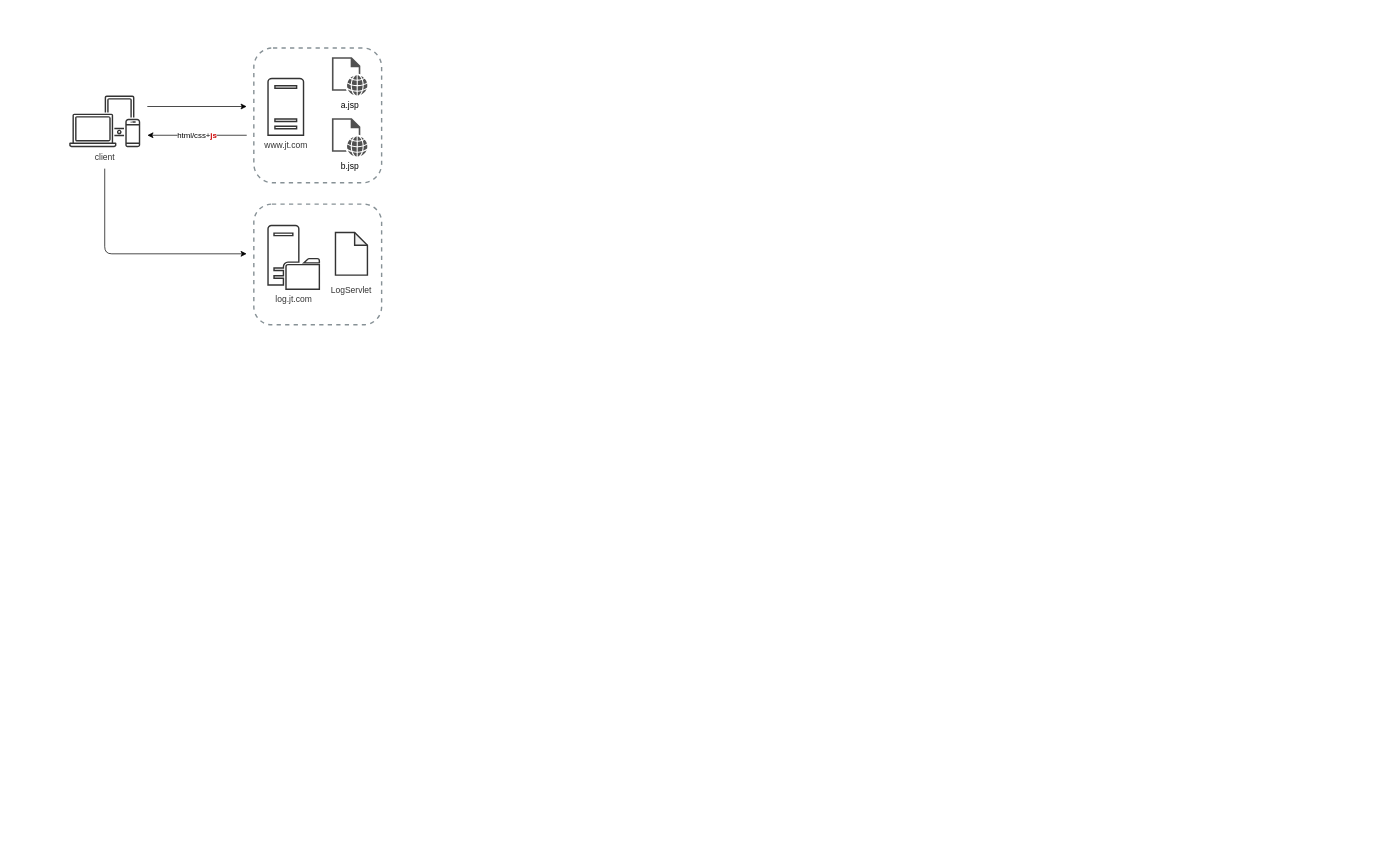
Earlier version of the draw.io diagram page "第 1 页" (1 of 3) of 未命名绘图.drawio (Mark-Lee-AK/drawio). Source tidied: cells renumbered, new cells numbered last; positions are measured from the earlier drawing's top-left corner, leaving out a move shared by most shapes. Both pictures are drawn from the tidied source at 71%, with x=0, y=0 at pixel (69, 48).
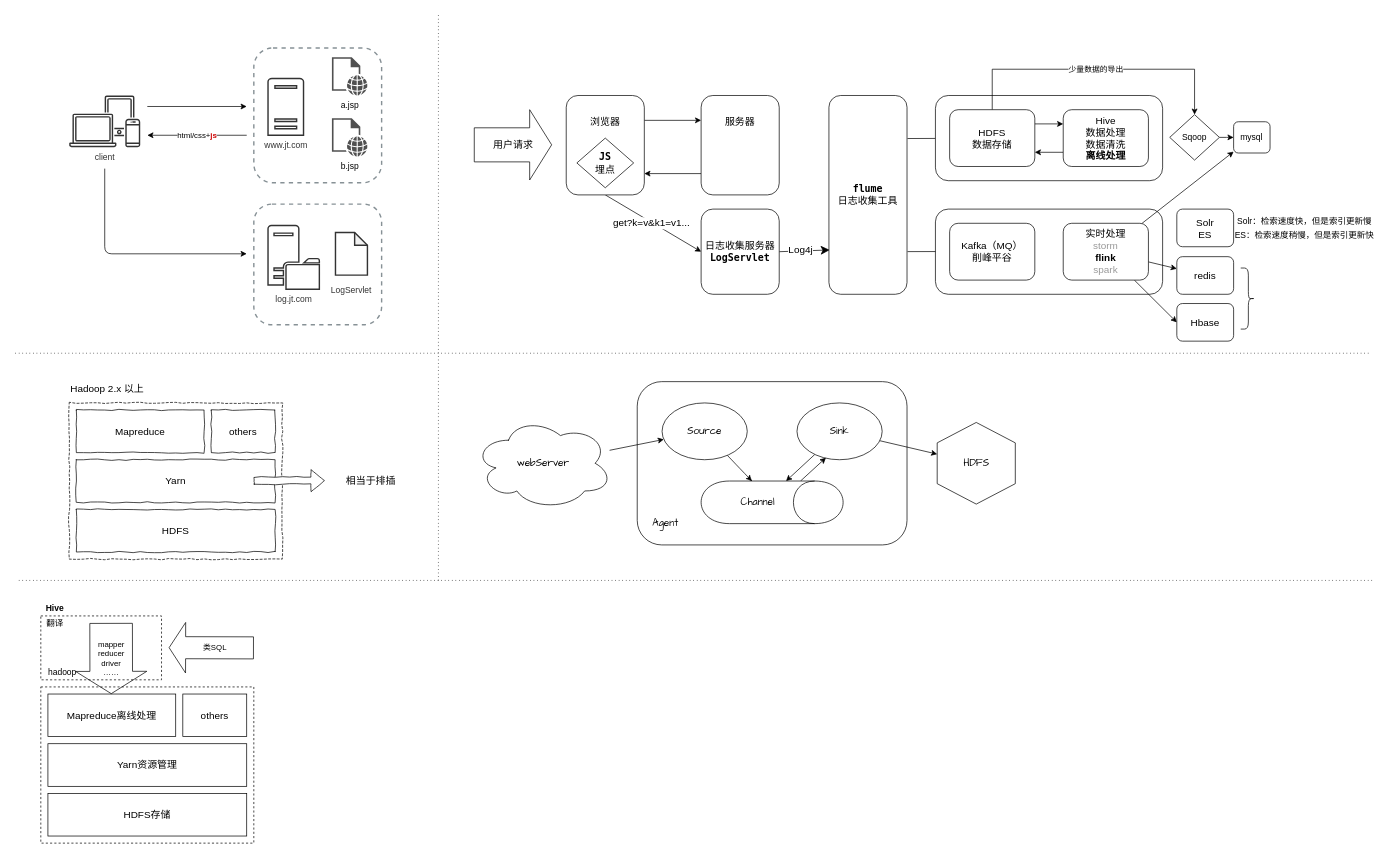
Above is the later version.

Change to the diagram source:
```diff
@@
+    <mxCell id="13" style="rounded=0;whiteSpace=wrap;html=1;comic=0;dashed=1;" parent="1" vertex="1">
+      <mxGeometry x="-40" y="800" width="170" height="90" as="geometry" />
+    </mxCell>
@@
+    <mxCell id="14" style="rounded=1;whiteSpace=wrap;html=1;fontSize=14;" parent="1" vertex="1">
+      <mxGeometry x="1220" y="227" width="320" height="120" as="geometry" />
+    </mxCell>
+    <mxCell id="15" style="edgeStyle=none;rounded=0;comic=0;jettySize=auto;html=1;fontSize=14;entryX=1.006;entryY=0.224;entryDx=0;entryDy=0;entryPerimeter=0;endArrow=none;endFill=0;" parent="1" edge="1" source="16">
+      <mxGeometry relative="1" as="geometry">
+        <mxPoint x="1180.7" y="127.6" as="targetPoint" />
+      </mxGeometry>
+    </mxCell>
+    <mxCell id="16" style="rounded=1;whiteSpace=wrap;html=1;fontSize=14;" parent="1" vertex="1">
+      <mxGeometry x="1220" y="67" width="320" height="120" as="geometry" />
+    </mxCell>
+    <mxCell id="17" style="edgeStyle=orthogonalEdgeStyle;rounded=0;jettySize=auto;html=1;fontSize=14;exitX=1;exitY=0.25;exitDx=0;exitDy=0;entryX=0;entryY=0.25;entryDx=0;entryDy=0;" parent="1" edge="1" source="19" target="21">
+      <mxGeometry relative="1" as="geometry" />
+    </mxCell>
+    <mxCell id="18" value="get?k=v&amp;amp;k1=v1..." style="rounded=0;jettySize=auto;html=1;entryX=0;entryY=0.5;entryDx=0;entryDy=0;fontSize=14;exitX=0.5;exitY=1;exitDx=0;exitDy=0;" parent="1" edge="1" source="19" target="24">
+      <mxGeometry x="-0.03" y="-1" relative="1" as="geometry" />
+    </mxCell>
+    <mxCell id="19" value="浏览器&lt;br&gt;&lt;br&gt;&lt;br&gt;&lt;br&gt;&lt;br&gt;" style="rounded=1;whiteSpace=wrap;html=1;fontSize=14;" parent="1" vertex="1">
+      <mxGeometry x="700" y="67" width="110" height="140" as="geometry" />
+    </mxCell>
+    <mxCell id="20" style="edgeStyle=orthogonalEdgeStyle;rounded=0;jettySize=auto;html=1;fontSize=14;" parent="1" edge="1" source="21">
+      <mxGeometry relative="1" as="geometry">
+        <mxPoint x="810" y="177" as="targetPoint" />
+        <Array as="points">
+          <mxPoint x="810" y="177" />
+        </Array>
+      </mxGeometry>
+    </mxCell>
+    <mxCell id="21" value="服务器&lt;br&gt;&lt;br&gt;&lt;br&gt;&lt;br&gt;&lt;br&gt;" style="rounded=1;whiteSpace=wrap;html=1;fontSize=14;" parent="1" vertex="1">
+      <mxGeometry x="890" y="67" width="110" height="140" as="geometry" />
+    </mxCell>
+    <mxCell id="22" value="&lt;b&gt;&lt;font face=&quot;Lucida Console&quot;&gt;JS&lt;/font&gt;&lt;/b&gt;&lt;br&gt;埋点" style="rhombus;whiteSpace=wrap;html=1;fontSize=14;" parent="1" vertex="1">
+      <mxGeometry x="715" y="127" width="80" height="70" as="geometry" />
+    </mxCell>
+    <mxCell id="23" value="Log4j" style="edgeStyle=none;rounded=0;jettySize=auto;html=1;fontSize=14;exitX=1;exitY=0.5;exitDx=0;exitDy=0;entryX=0.01;entryY=0.777;entryDx=0;entryDy=0;entryPerimeter=0;endWidth=28.513674197384066;endSize=10.03448275862069;" parent="1" edge="1" source="24" target="25">
+      <mxGeometry x="-0.16" y="1" relative="1" as="geometry" />
+    </mxCell>
+    <mxCell id="24" value="日志收集服务器&lt;br&gt;&lt;b&gt;&lt;font face=&quot;Lucida Console&quot;&gt;LogServlet&lt;/font&gt;&lt;/b&gt;" style="rounded=1;whiteSpace=wrap;html=1;fontSize=14;" parent="1" vertex="1">
+      <mxGeometry x="890" y="227" width="110" height="120" as="geometry" />
+    </mxCell>
+    <mxCell id="25" value="&lt;font face=&quot;Lucida Console&quot;&gt;&lt;b&gt;flume&lt;/b&gt;&lt;/font&gt;&lt;br&gt;日志收集工具" style="rounded=1;whiteSpace=wrap;html=1;fontSize=14;" parent="1" vertex="1">
+      <mxGeometry x="1070" y="67" width="110" height="280" as="geometry" />
+    </mxCell>
+    <mxCell id="26" style="edgeStyle=none;rounded=0;comic=0;jettySize=auto;html=1;fontSize=14;exitX=1;exitY=0.25;exitDx=0;exitDy=0;entryX=0;entryY=0.25;entryDx=0;entryDy=0;" parent="1" edge="1" source="28" target="30">
+      <mxGeometry relative="1" as="geometry" />
+    </mxCell>
+    <mxCell id="27" value="少量数据的导出" style="edgeStyle=elbowEdgeStyle;rounded=0;jettySize=auto;html=1;entryX=0.5;entryY=0;entryDx=0;entryDy=0;exitX=0.5;exitY=0;exitDx=0;exitDy=0;" parent="1" edge="1" source="28" target="59">
+      <mxGeometry relative="1" as="geometry">
+        <Array as="points">
+          <mxPoint x="1442" y="30" />
+        </Array>
+      </mxGeometry>
+    </mxCell>
+    <mxCell id="28" value="HDFS&lt;br&gt;数据存储" style="rounded=1;whiteSpace=wrap;html=1;fontSize=14;" parent="1" vertex="1">
+      <mxGeometry x="1240" y="87" width="120" height="80" as="geometry" />
+    </mxCell>
+    <mxCell id="29" style="edgeStyle=none;rounded=0;jettySize=auto;html=1;entryX=1;entryY=0.75;entryDx=0;entryDy=0;exitX=0;exitY=0.75;exitDx=0;exitDy=0;" parent="1" edge="1" source="30" target="28">
+      <mxGeometry relative="1" as="geometry" />
+    </mxCell>
+    <mxCell id="30" value="Hive&lt;br&gt;数据处理&lt;br&gt;数据清洗&lt;br&gt;&lt;b&gt;离线处理&lt;/b&gt;" style="rounded=1;whiteSpace=wrap;html=1;fontSize=14;" parent="1" vertex="1">
+      <mxGeometry x="1400" y="87" width="120" height="80" as="geometry" />
+    </mxCell>
+    <mxCell id="31" value="Kafka（MQ）&lt;br&gt;削峰平谷" style="rounded=1;whiteSpace=wrap;html=1;fontSize=14;" parent="1" vertex="1">
+      <mxGeometry x="1240" y="247" width="120" height="80" as="geometry" />
+    </mxCell>
+    <mxCell id="32" style="edgeStyle=none;rounded=0;comic=0;orthogonalLoop=1;jettySize=auto;html=1;fontSize=14;entryX=1.006;entryY=0.224;entryDx=0;entryDy=0;entryPerimeter=0;endArrow=none;endFill=0;" parent="1" edge="1">
+      <mxGeometry relative="1" as="geometry">
+        <mxPoint x="1220" y="286.8" as="sourcePoint" />
+        <mxPoint x="1180.7" y="286.9" as="targetPoint" />
+      </mxGeometry>
+    </mxCell>
+    <mxCell id="33" value="用户请求" style="shape=flexArrow;endArrow=classic;html=1;fontSize=14;endWidth=50;endSize=10;width=48;" parent="1" edge="1">
+      <mxGeometry relative="1" as="geometry">
+        <mxPoint x="570" y="136.5" as="sourcePoint" />
+        <mxPoint x="680" y="136.5" as="targetPoint" />
+      </mxGeometry>
+    </mxCell>
+    <mxCell id="34" value="mysql" style="rounded=1;whiteSpace=wrap;html=1;" parent="1" vertex="1">
+      <mxGeometry x="1640" y="104" width="51.3" height="44" as="geometry" />
+    </mxCell>
+    <mxCell id="35" style="rounded=0;whiteSpace=wrap;html=1;fontSize=14;dashed=1;comic=1;" parent="1" vertex="1">
+      <mxGeometry y="500" width="300" height="220" as="geometry" />
+    </mxCell>
+    <mxCell id="36" value="HDFS" style="rounded=0;whiteSpace=wrap;html=1;fontSize=14;comic=1;" parent="1" vertex="1">
+      <mxGeometry x="10" y="650" width="280" height="60" as="geometry" />
+    </mxCell>
+    <mxCell id="37" value="Yarn" style="rounded=0;whiteSpace=wrap;html=1;fontSize=14;comic=1;" parent="1" vertex="1">
+      <mxGeometry x="10" y="580" width="280" height="60" as="geometry" />
+    </mxCell>
+    <mxCell id="38" value="Mapreduce" style="rounded=0;whiteSpace=wrap;html=1;fontSize=14;comic=1;" parent="1" vertex="1">
+      <mxGeometry x="10" y="510" width="180" height="60" as="geometry" />
+    </mxCell>
+    <mxCell id="39" value="others" style="rounded=0;whiteSpace=wrap;html=1;fontSize=14;comic=1;" parent="1" vertex="1">
+      <mxGeometry x="200" y="510" width="90" height="60" as="geometry" />
+    </mxCell>
+    <mxCell id="40" value="Hadoop 2.x 以上" style="text;html=1;strokeColor=none;fillColor=none;align=left;verticalAlign=middle;whiteSpace=wrap;rounded=0;fontSize=14;comic=1;" parent="1" vertex="1">
+      <mxGeometry y="470" width="119" height="20" as="geometry" />
+    </mxCell>
+    <mxCell id="41" style="shape=flexArrow;endArrow=classic;html=1;fontSize=14;fillColor=#ffffff;comic=1;" parent="1" edge="1">
+      <mxGeometry relative="1" as="geometry">
+        <mxPoint x="260" y="609.5" as="sourcePoint" />
+        <mxPoint x="360" y="609.5" as="targetPoint" />
+      </mxGeometry>
+    </mxCell>
+    <mxCell id="42" value="相当于排插" style="text;html=1;strokeColor=none;fillColor=none;align=center;verticalAlign=middle;whiteSpace=wrap;rounded=0;fontSize=14;comic=1;" parent="1" vertex="1">
+      <mxGeometry x="380" y="595" width="90" height="30" as="geometry" />
+    </mxCell>
+    <mxCell id="43" style="rounded=1;whiteSpace=wrap;html=1;fontSize=14;comic=0;fontFamily=Comic Sans MS;" parent="1" vertex="1">
+      <mxGeometry x="800" y="470" width="380" height="230" as="geometry" />
+    </mxCell>
+    <mxCell id="44" style="rounded=0;comic=0;jettySize=auto;html=1;fontSize=14;fontFamily=Comic Sans MS;" parent="1" edge="1" source="45" target="47">
+      <mxGeometry relative="1" as="geometry" />
+    </mxCell>
+    <mxCell id="45" value="webServer" style="ellipse;shape=cloud;whiteSpace=wrap;html=1;fontSize=14;comic=1;fontFamily=Comic Sans MS;" parent="1" vertex="1">
+      <mxGeometry x="570" y="520" width="195" height="130" as="geometry" />
+    </mxCell>
+    <mxCell id="46" style="edgeStyle=none;rounded=0;comic=1;jettySize=auto;html=1;fontFamily=Comic Sans MS;fontSize=14;" parent="1" edge="1" source="47" target="53">
+      <mxGeometry relative="1" as="geometry" />
+    </mxCell>
+    <mxCell id="47" value="Source" style="ellipse;whiteSpace=wrap;html=1;fontSize=14;fontFamily=Comic Sans MS;" parent="1" vertex="1">
+      <mxGeometry x="835" y="500" width="120" height="80" as="geometry" />
+    </mxCell>
+    <mxCell id="48" style="rounded=0;comic=0;jettySize=auto;html=1;fontFamily=Comic Sans MS;fontSize=14;entryX=0.001;entryY=0.402;entryDx=0;entryDy=0;entryPerimeter=0;" parent="1" edge="1" source="50" target="53">
+      <mxGeometry relative="1" as="geometry" />
+    </mxCell>
+    <mxCell id="49" style="edgeStyle=none;rounded=0;comic=0;jettySize=auto;html=1;fontFamily=Comic Sans MS;fontSize=14;" parent="1" edge="1" source="50" target="51">
+      <mxGeometry relative="1" as="geometry" />
+    </mxCell>
+    <mxCell id="50" value="Sink" style="ellipse;whiteSpace=wrap;html=1;fontSize=14;comic=1;fontFamily=Comic Sans MS;" parent="1" vertex="1">
+      <mxGeometry x="1025" y="500" width="120" height="80" as="geometry" />
+    </mxCell>
+    <mxCell id="51" value="HDFS" style="shape=hexagon;perimeter=hexagonPerimeter2;whiteSpace=wrap;html=1;fontSize=14;rotation=90;horizontal=0;comic=0;fontFamily=Comic Sans MS;" parent="1" vertex="1">
+      <mxGeometry x="1220" y="530" width="115" height="110" as="geometry" />
+    </mxCell>
+    <mxCell id="52" style="rounded=0;comic=0;jettySize=auto;html=1;fontFamily=Comic Sans MS;fontSize=14;entryX=0.34;entryY=0.965;entryDx=0;entryDy=0;entryPerimeter=0;exitX=0;exitY=0.3;exitDx=0;exitDy=0;" parent="1" edge="1" source="53" target="50">
+      <mxGeometry relative="1" as="geometry" />
+    </mxCell>
+    <mxCell id="53" value="Channel" style="shape=cylinder;whiteSpace=wrap;html=1;boundedLbl=1;backgroundOutline=1;fontSize=14;rotation=90;horizontal=0;fontFamily=Comic Sans MS;" parent="1" vertex="1">
+      <mxGeometry x="960" y="540" width="60" height="200" as="geometry" />
+    </mxCell>
+    <mxCell id="54" value="Agent" style="text;html=1;strokeColor=none;fillColor=none;align=center;verticalAlign=middle;whiteSpace=wrap;rounded=0;fontSize=14;fontFamily=Comic Sans MS;" parent="1" vertex="1">
+      <mxGeometry x="820" y="660" width="40" height="20" as="geometry" />
+    </mxCell>
+    <mxCell id="55" style="endArrow=none;dashed=1;html=1;dashPattern=1 4;" parent="1" edge="1">
+      <mxGeometry relative="1" as="geometry">
+        <mxPoint x="520" y="750" as="sourcePoint" />
+        <mxPoint x="520" y="-50" as="targetPoint" />
+      </mxGeometry>
+    </mxCell>
+    <mxCell id="56" style="endArrow=none;dashed=1;html=1;dashPattern=1 4;" parent="1" edge="1">
+      <mxGeometry relative="1" as="geometry">
+        <mxPoint x="1830" y="430" as="sourcePoint" />
+        <mxPoint x="-80" y="430" as="targetPoint" />
+      </mxGeometry>
+    </mxCell>
+    <mxCell id="57" style="endArrow=none;dashed=1;html=1;dashPattern=1 4;" parent="1" edge="1">
+      <mxGeometry relative="1" as="geometry">
+        <mxPoint x="1835" y="750" as="sourcePoint" />
+        <mxPoint x="-75" y="750" as="targetPoint" />
+      </mxGeometry>
+    </mxCell>
+    <mxCell id="58" style="edgeStyle=elbowEdgeStyle;rounded=0;jettySize=auto;html=1;" parent="1" edge="1" source="59" target="34">
+      <mxGeometry relative="1" as="geometry" />
+    </mxCell>
+    <mxCell id="59" value="Sqoop" style="rhombus;whiteSpace=wrap;html=1;" parent="1" vertex="1">
+      <mxGeometry x="1550" y="94" width="70" height="64" as="geometry" />
+    </mxCell>
+    <mxCell id="60" style="rounded=0;jettySize=auto;html=1;" parent="1" edge="1" source="63" target="67">
+      <mxGeometry relative="1" as="geometry" />
+    </mxCell>
+    <mxCell id="61" style="edgeStyle=none;rounded=0;jettySize=auto;html=1;" parent="1" edge="1" source="63" target="34">
+      <mxGeometry relative="1" as="geometry" />
+    </mxCell>
+    <mxCell id="62" style="edgeStyle=none;rounded=0;jettySize=auto;html=1;entryX=0;entryY=0.5;entryDx=0;entryDy=0;" parent="1" edge="1" source="63" target="68">
+      <mxGeometry relative="1" as="geometry" />
+    </mxCell>
+    <mxCell id="63" value="实时处理&lt;br&gt;&lt;font color=&quot;#999999&quot;&gt;storm&lt;/font&gt;&lt;br&gt;&lt;b&gt;flink&lt;/b&gt;&lt;br&gt;&lt;font color=&quot;#999999&quot;&gt;spark&lt;/font&gt;" style="rounded=1;whiteSpace=wrap;html=1;fontSize=14;" parent="1" vertex="1">
+      <mxGeometry x="1400" y="247" width="120" height="80" as="geometry" />
+    </mxCell>
+    <mxCell id="64" value="Solr&lt;br&gt;ES" style="rounded=1;whiteSpace=wrap;html=1;fontSize=14;" parent="1" vertex="1">
+      <mxGeometry x="1560" y="227" width="80" height="53" as="geometry" />
+    </mxCell>
+    <mxCell id="65" value="Solr：检索速度快，但是索引更新慢" style="text;html=1;strokeColor=none;fillColor=none;align=center;verticalAlign=middle;whiteSpace=wrap;rounded=0;" parent="1" vertex="1">
+      <mxGeometry x="1640" y="233.5" width="200" height="20" as="geometry" />
+    </mxCell>
+    <mxCell id="66" value="ES：检索速度稍慢，但是索引更新快" style="text;html=1;strokeColor=none;fillColor=none;align=center;verticalAlign=middle;whiteSpace=wrap;rounded=0;" parent="1" vertex="1">
+      <mxGeometry x="1640" y="253.5" width="200" height="20" as="geometry" />
+    </mxCell>
+    <mxCell id="67" value="redis" style="rounded=1;whiteSpace=wrap;html=1;fontSize=14;" parent="1" vertex="1">
+      <mxGeometry x="1560" y="294" width="80" height="53" as="geometry" />
+    </mxCell>
+    <mxCell id="68" value="Hbase" style="rounded=1;whiteSpace=wrap;html=1;fontSize=14;" parent="1" vertex="1">
+      <mxGeometry x="1560" y="360" width="80" height="53" as="geometry" />
+    </mxCell>
+    <mxCell id="69" style="shape=curlyBracket;whiteSpace=wrap;html=1;rounded=1;size=0.46206896551724413;rotation=-180;" parent="1" vertex="1">
+      <mxGeometry x="1650" y="310" width="20" height="86" as="geometry" />
+    </mxCell>
+    <mxCell id="70" style="rounded=0;whiteSpace=wrap;html=1;fontSize=14;dashed=1;comic=0;" parent="1" vertex="1">
+      <mxGeometry x="-40" y="900" width="300" height="220" as="geometry" />
+    </mxCell>
+    <mxCell id="71" value="HDFS存储" style="rounded=0;whiteSpace=wrap;html=1;fontSize=14;comic=0;" parent="1" vertex="1">
+      <mxGeometry x="-30" y="1050" width="280" height="60" as="geometry" />
+    </mxCell>
+    <mxCell id="72" value="Yarn资源管理" style="rounded=0;whiteSpace=wrap;html=1;fontSize=14;comic=0;" parent="1" vertex="1">
+      <mxGeometry x="-30" y="980" width="280" height="60" as="geometry" />
+    </mxCell>
+    <mxCell id="73" value="Mapreduce离线处理" style="rounded=0;whiteSpace=wrap;html=1;fontSize=14;comic=0;" parent="1" vertex="1">
+      <mxGeometry x="-30" y="910" width="180" height="60" as="geometry" />
+    </mxCell>
+    <mxCell id="74" value="others" style="rounded=0;whiteSpace=wrap;html=1;fontSize=14;comic=0;" parent="1" vertex="1">
+      <mxGeometry x="160" y="910" width="90" height="60" as="geometry" />
+    </mxCell>
+    <mxCell id="75" value="mapper&lt;br&gt;reducer&lt;br&gt;driver&lt;br&gt;……&lt;br&gt;" style="shape=flexArrow;endArrow=classic;html=1;endWidth=39.310344827586206;endSize=10.137931034482758;width=60;labelBackgroundColor=none;" parent="1" edge="1">
+      <mxGeometry relative="1" as="geometry">
+        <mxPoint x="59" y="810" as="sourcePoint" />
+        <mxPoint x="59.2" y="910" as="targetPoint" />
+      </mxGeometry>
+    </mxCell>
+    <mxCell id="76" value="Hive" style="text;html=1;strokeColor=none;fillColor=none;align=center;verticalAlign=middle;whiteSpace=wrap;rounded=0;dashed=1;comic=0;fontStyle=1;" parent="1" vertex="1">
+      <mxGeometry x="-40" y="780" width="40" height="20" as="geometry" />
+    </mxCell>
+    <mxCell id="77" value="hadoop" style="text;html=1;align=center;verticalAlign=middle;" parent="1" vertex="1">
+      <mxGeometry x="-40" y="870" width="60" height="20" as="geometry" />
+    </mxCell>
+    <mxCell id="78" value="翻译" style="text;html=1;strokeColor=none;fillColor=none;align=center;verticalAlign=middle;whiteSpace=wrap;rounded=0;dashed=1;comic=0;" parent="1" vertex="1">
+      <mxGeometry x="-40" y="800" width="40" height="20" as="geometry" />
+    </mxCell>
+    <mxCell id="79" value="类SQL" style="shape=flexArrow;endArrow=classic;html=1;endWidth=39.12009512485137;endSize=7.406896551724138;width=31.03448275862069;labelBackgroundColor=none;" parent="1" edge="1">
+      <mxGeometry x="-0.09" relative="1" as="geometry">
+        <mxPoint x="260" y="845" as="sourcePoint" />
+        <mxPoint x="140.2" y="844.7" as="targetPoint" />
+      </mxGeometry>
+    </mxCell>
```
